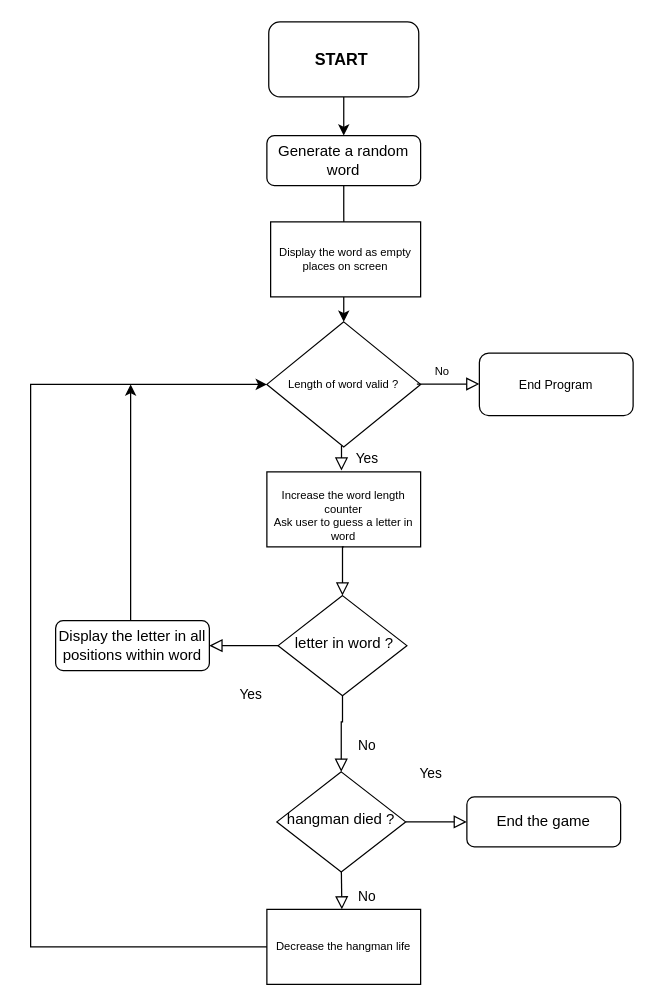
This is hangman/hangman.drawio from sai5ii/flowcharts, a draw.io file, before an edit. Source tidied: cells renumbered, new cells numbered last; positions are measured from the earlier drawing's top-left corner, leaving out a move shared by most shapes. Both pictures are drawn from the tidied source at 125%, with x=0, y=0 at pixel (30, 21).
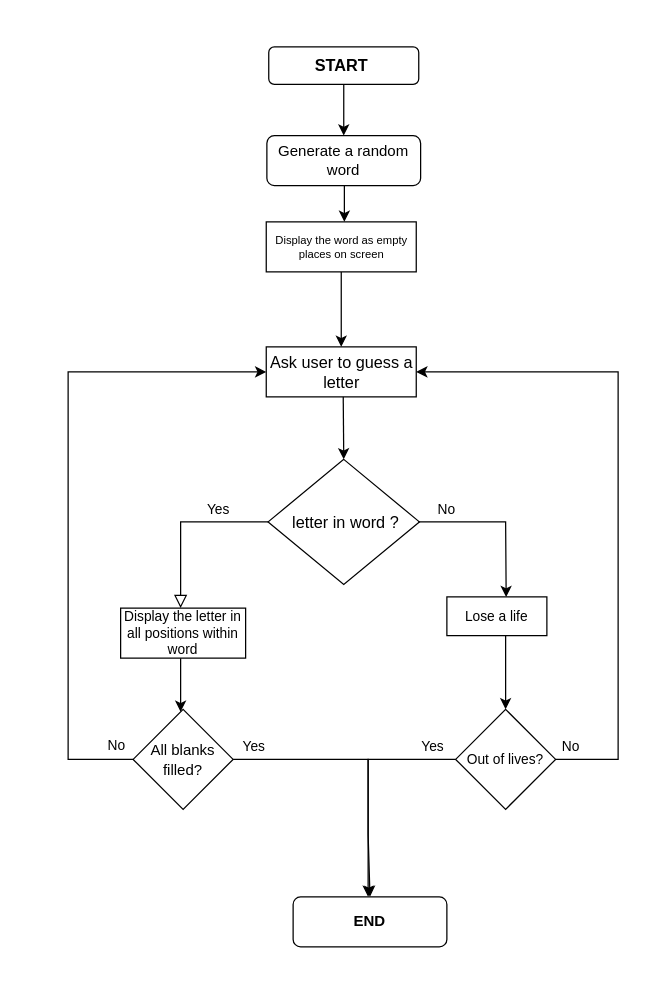
The same diagram, later.

The change refers to these unchanged cells:
```xml
<mxCell id="3" value="Generate a random word" style="rounded=1;whiteSpace=wrap;html=1;fontSize=12;glass=0;strokeWidth=1;shadow=0;" parent="1" vertex="1">
  <mxGeometry x="189" y="91" width="123" height="40" as="geometry" />
</mxCell>
```

Change to the diagram source:
```diff
@@
-    <mxCell id="2" style="edgeStyle=orthogonalEdgeStyle;rounded=0;jettySize=auto;html=1;" parent="1" edge="1" source="3">
-      <mxGeometry relative="1" as="geometry">
-        <mxPoint x="250.6" y="170" as="targetPoint" />
-      </mxGeometry>
-    </mxCell>
@@
-    <mxCell id="4" value="No" style="rounded=0;html=1;jettySize=auto;fontSize=11;endArrow=block;endFill=0;endSize=8;strokeWidth=1;shadow=0;labelBackgroundColor=none;edgeStyle=orthogonalEdgeStyle;entryX=0.5;entryY=0;entryDx=0;entryDy=0;" parent="1" edge="1" source="6" target="18">
-      <mxGeometry x="0.33" y="20" relative="1" as="geometry">
-        <Array as="points">
-          <mxPoint x="250" y="560" />
-          <mxPoint x="249" y="560" />
-        </Array>
-      </mxGeometry>
-    </mxCell>
-    <mxCell id="5" value="Yes" style="edgeStyle=orthogonalEdgeStyle;rounded=0;html=1;jettySize=auto;fontSize=11;endArrow=block;endFill=0;endSize=8;strokeWidth=1;shadow=0;labelBackgroundColor=none;" parent="1" edge="1" source="6" target="7">
-      <mxGeometry x="-0.2" y="39" relative="1" as="geometry" />
-    </mxCell>
-    <mxCell id="6" value="&amp;nbsp;letter in word ?" style="rhombus;whiteSpace=wrap;html=1;shadow=0;fontFamily=Helvetica;fontSize=12;align=center;strokeWidth=1;spacing=6;spacingTop=-4;" parent="1" vertex="1">
-      <mxGeometry x="198" y="459" width="103" height="80" as="geometry" />
-    </mxCell>
-    <mxCell id="7" value="Display the letter in all positions within word" style="rounded=1;whiteSpace=wrap;html=1;fontSize=12;glass=0;strokeWidth=1;shadow=0;" parent="1" vertex="1">
-      <mxGeometry x="20" y="479" width="123" height="40" as="geometry" />
-    </mxCell>
@@
-    <mxCell id="9" style="endArrow=none;html=1;rounded=0;" parent="1" edge="1">
-      <mxGeometry relative="1" as="geometry">
-        <mxPoint x="248.5" y="160" as="sourcePoint" />
-        <mxPoint x="249.1" y="170" as="targetPoint" />
-      </mxGeometry>
-    </mxCell>
-    <mxCell id="10" value="Length of word valid ?" style="rhombus;whiteSpace=wrap;html=1;fontSize=9;" parent="1" vertex="1">
-      <mxGeometry x="189" y="240" width="123" height="100" as="geometry" />
+    <mxCell id="10" value="&lt;font style=&quot;font-size: 13px;&quot;&gt;&amp;nbsp;letter in word ?&lt;/font&gt;" style="rhombus;whiteSpace=wrap;html=1;fontSize=9;" parent="1" vertex="1">
+      <mxGeometry x="190" y="350" width="121" height="100" as="geometry" />
     </mxCell>
-    <mxCell id="11" style="endArrow=classic;html=1;rounded=0;exitX=0.5;exitY=1;exitDx=0;exitDy=0;entryX=0.5;entryY=0;entryDx=0;entryDy=0;" parent="1" edge="1" target="10">
+    <mxCell id="11" style="endArrow=classic;html=1;rounded=0;entryX=0.5;entryY=0;entryDx=0;entryDy=0;" parent="1" edge="1" target="10">
       <mxGeometry relative="1" as="geometry">
-        <mxPoint x="250.5" y="220" as="sourcePoint" />
+        <mxPoint x="250" y="290" as="sourcePoint" />
       </mxGeometry>
     </mxCell>
-    <mxCell id="12" value="End Program" style="rounded=1;whiteSpace=wrap;html=1;fontSize=10;" parent="1" vertex="1">
-      <mxGeometry x="359" y="265" width="123" height="50" as="geometry" />
-    </mxCell>
-    <mxCell id="13" value="No" style="edgeStyle=orthogonalEdgeStyle;rounded=0;html=1;jettySize=auto;orthogonalLoop=1;fontSize=9;endArrow=block;endFill=0;endSize=8;strokeWidth=1;shadow=0;labelBackgroundColor=none;" parent="1" edge="1">
-      <mxGeometry x="-0.2" y="10" relative="1" as="geometry">
-        <mxPoint x="309" y="289.7" as="sourcePoint" />
-        <mxPoint x="359" y="289.7" as="targetPoint" />
-      </mxGeometry>
-    </mxCell>
-    <mxCell id="14" value="Yes" style="rounded=0;html=1;jettySize=auto;orthogonalLoop=1;fontSize=11;endArrow=block;endFill=0;endSize=8;strokeWidth=1;shadow=0;labelBackgroundColor=none;edgeStyle=orthogonalEdgeStyle;" parent="1" edge="1">
-      <mxGeometry y="20" relative="1" as="geometry">
-        <mxPoint x="248.7" y="339" as="sourcePoint" />
-        <mxPoint x="248.7" y="359" as="targetPoint" />
+    <mxCell id="14" value="Yes" style="rounded=0;html=1;jettySize=auto;fontSize=11;endArrow=block;endFill=0;endSize=8;strokeWidth=1;shadow=0;labelBackgroundColor=none;edgeStyle=orthogonalEdgeStyle;exitX=0;exitY=0.5;exitDx=0;exitDy=0;" parent="1" edge="1" source="10" target="7">
+      <mxGeometry x="-0.42" y="-10" relative="1" as="geometry">
+        <Array as="points">
+          <mxPoint x="120" y="400" />
+        </Array>
       </mxGeometry>
     </mxCell>
-    <mxCell id="15" value="&lt;br&gt;Increase the word length counter&lt;br&gt;Ask user to guess a letter in word" style="rounded=0;whiteSpace=wrap;html=1;fontSize=9;" parent="1" vertex="1">
-      <mxGeometry x="189" y="360" width="123" height="60" as="geometry" />
-    </mxCell>
-    <mxCell id="16" style="edgeStyle=orthogonalEdgeStyle;rounded=0;html=1;jettySize=auto;fontSize=11;endArrow=block;endFill=0;endSize=8;strokeWidth=1;shadow=0;labelBackgroundColor=none;exitX=0.5;exitY=1;exitDx=0;exitDy=0;entryX=0.5;entryY=0;entryDx=0;entryDy=0;" parent="1" edge="1" source="15" target="6">
-      <mxGeometry x="-0.2" y="39" relative="1" as="geometry" />
-    </mxCell>
-    <mxCell id="17" value="Yes" style="edgeStyle=orthogonalEdgeStyle;rounded=0;html=1;jettySize=auto;fontSize=11;endArrow=block;endFill=0;endSize=8;strokeWidth=1;shadow=0;labelBackgroundColor=none;" parent="1" edge="1" source="18" target="19">
-      <mxGeometry x="-0.2" y="39" relative="1" as="geometry" />
-    </mxCell>
-    <mxCell id="18" value="hangman died ?" style="rhombus;whiteSpace=wrap;html=1;shadow=0;fontFamily=Helvetica;fontSize=12;align=center;strokeWidth=1;spacing=6;spacingTop=-4;" parent="1" vertex="1">
-      <mxGeometry x="197" y="600" width="103" height="80" as="geometry" />
-    </mxCell>
-    <mxCell id="19" value="End the game" style="rounded=1;whiteSpace=wrap;html=1;fontSize=12;glass=0;strokeWidth=1;shadow=0;" parent="1" vertex="1">
-      <mxGeometry x="349" y="620" width="123" height="40" as="geometry" />
+    <mxCell id="19" value="&lt;b&gt;END&lt;/b&gt;" style="rounded=1;whiteSpace=wrap;html=1;fontSize=12;glass=0;strokeWidth=1;shadow=0;" parent="1" vertex="1">
+      <mxGeometry x="210" y="700" width="123" height="40" as="geometry" />
     </mxCell>
-    <mxCell id="20" value="Decrease the hangman life" style="rounded=0;whiteSpace=wrap;html=1;fontSize=9;" parent="1" vertex="1">
-      <mxGeometry x="189" y="710" width="123" height="60" as="geometry" />
-    </mxCell>
-    <mxCell id="21" value="No" style="rounded=0;html=1;jettySize=auto;orthogonalLoop=1;fontSize=11;endArrow=block;endFill=0;endSize=8;strokeWidth=1;shadow=0;labelBackgroundColor=none;edgeStyle=orthogonalEdgeStyle;" parent="1" edge="1">
-      <mxGeometry x="0.33" y="20" relative="1" as="geometry">
-        <mxPoint x="248.6" y="680" as="sourcePoint" />
-        <mxPoint x="249" y="710" as="targetPoint" />
-      </mxGeometry>
-    </mxCell>
-    <mxCell id="22" style="endArrow=classic;html=1;rounded=0;fontSize=9;entryX=0;entryY=0.5;entryDx=0;entryDy=0;" parent="1" edge="1" source="20" target="10">
-      <mxGeometry relative="1" as="geometry">
-        <Array as="points">
-          <mxPoint y="740" />
-          <mxPoint y="620" />
-          <mxPoint y="520" />
-          <mxPoint y="410" />
-          <mxPoint y="290" />
-        </Array>
-      </mxGeometry>
-    </mxCell>
-    <mxCell id="23" style="endArrow=classic;html=1;rounded=0;fontSize=9;" parent="1" edge="1">
-      <mxGeometry relative="1" as="geometry">
-        <mxPoint x="80" y="479" as="sourcePoint" />
-        <mxPoint x="80" y="290" as="targetPoint" />
-        <Array as="points">
-          <mxPoint x="80" y="300" />
-        </Array>
-      </mxGeometry>
-    </mxCell>
     <mxCell id="24" value="Display the word as empty places on screen" style="rounded=0;whiteSpace=wrap;html=1;fontSize=9;" parent="1" vertex="1">
-      <mxGeometry x="192" y="160" width="120" height="60" as="geometry" />
+      <mxGeometry x="188.5" y="160" width="120" height="40" as="geometry" />
     </mxCell>
     <mxCell id="25" style="rounded=1;whiteSpace=wrap;html=1;fontSize=9;" parent="1" vertex="1">
-      <mxGeometry x="190.5" width="120" height="60" as="geometry" />
+      <mxGeometry x="190.5" y="20" width="120" height="30" as="geometry" />
     </mxCell>
     <mxCell id="26" value="&lt;b style=&quot;font-size: 13px;&quot;&gt;START&lt;/b&gt;" style="text;strokeColor=none;align=center;fillColor=none;html=1;verticalAlign=middle;whiteSpace=wrap;rounded=0;fontSize=13;" parent="1" vertex="1">
-      <mxGeometry x="218.5" y="15" width="60" height="30" as="geometry" />
+      <mxGeometry x="218.5" y="20" width="60" height="30" as="geometry" />
     </mxCell>
@@
+    <mxCell id="28" value="Ask user to guess a letter" style="rounded=0;whiteSpace=wrap;html=1;fontSize=13;" parent="1" vertex="1">
+      <mxGeometry x="188.5" y="260" width="120" height="40" as="geometry" />
+    </mxCell>
+    <mxCell id="29" style="endArrow=classic;html=1;rounded=0;fontSize=9;startArrow=none;entryX=0.593;entryY=0.006;entryDx=0;entryDy=0;entryPerimeter=0;" parent="1" edge="1" target="35">
+      <mxGeometry relative="1" as="geometry">
+        <mxPoint x="380" y="400" as="sourcePoint" />
+        <Array as="points">
+          <mxPoint x="310" y="400" />
+          <mxPoint x="380" y="400" />
+        </Array>
+      </mxGeometry>
+    </mxCell>
+    <mxCell id="30" style="edgeStyle=orthogonalEdgeStyle;rounded=0;jettySize=auto;html=1;fontSize=13;" parent="1" edge="1" source="7" target="34">
+      <mxGeometry relative="1" as="geometry">
+        <Array as="points">
+          <mxPoint x="120" y="530" />
+          <mxPoint x="120" y="530" />
+        </Array>
+      </mxGeometry>
+    </mxCell>
+    <mxCell id="7" value="Display the letter in all positions within word" style="rounded=0;whiteSpace=wrap;html=1;fontSize=11;" parent="1" vertex="1">
+      <mxGeometry x="72" y="469" width="100" height="40" as="geometry" />
+    </mxCell>
+    <mxCell id="31" value="Out of lives?" style="rhombus;whiteSpace=wrap;html=1;fontSize=11;" parent="1" vertex="1">
+      <mxGeometry x="340" y="550" width="80" height="80" as="geometry" />
+    </mxCell>
+    <mxCell id="32" style="endArrow=classic;html=1;rounded=0;fontSize=11;entryX=1;entryY=0.5;entryDx=0;entryDy=0;exitX=1;exitY=0.5;exitDx=0;exitDy=0;" parent="1" edge="1" source="31" target="28">
+      <mxGeometry relative="1" as="geometry">
+        <Array as="points">
+          <mxPoint x="470" y="590" />
+          <mxPoint x="470" y="280" />
+        </Array>
+      </mxGeometry>
+    </mxCell>
+    <mxCell id="33" value="&lt;font style=&quot;font-size: 11px;&quot;&gt;No&lt;/font&gt;" style="edgeLabel;html=1;align=center;verticalAlign=middle;fontSize=9;" parent="1" vertex="1">
+      <mxGeometry x="358.8" y="398" as="geometry">
+        <mxPoint x="73" y="181" as="offset" />
+      </mxGeometry>
+    </mxCell>
+    <mxCell id="34" value="&lt;font style=&quot;font-size: 12px;&quot;&gt;All blanks filled?&lt;br&gt;&lt;/font&gt;" style="rhombus;whiteSpace=wrap;html=1;fontSize=13;" parent="1" vertex="1">
+      <mxGeometry x="82" y="550" width="80" height="80" as="geometry" />
+    </mxCell>
+    <mxCell id="35" value="Lose a life" style="rounded=0;whiteSpace=wrap;html=1;fontSize=11;" parent="1" vertex="1">
+      <mxGeometry x="333" y="460" width="80" height="31" as="geometry" />
+    </mxCell>
+    <mxCell id="36" value="&lt;font style=&quot;font-size: 11px;&quot;&gt;No&lt;/font&gt;" style="text;whiteSpace=wrap;html=1;fontSize=13;" parent="1" vertex="1">
+      <mxGeometry x="324" y="375" width="50" height="40" as="geometry" />
+    </mxCell>
+    <mxCell id="37" style="endArrow=classic;html=1;rounded=0;fontSize=13;" parent="1" edge="1">
+      <mxGeometry relative="1" as="geometry">
+        <mxPoint x="251" y="131" as="sourcePoint" />
+        <mxPoint x="251" y="160" as="targetPoint" />
+      </mxGeometry>
+    </mxCell>
+    <mxCell id="38" style="endArrow=classic;html=1;rounded=0;fontSize=13;entryX=0.5;entryY=0;entryDx=0;entryDy=0;exitX=0.5;exitY=1;exitDx=0;exitDy=0;" parent="1" edge="1" source="24" target="28">
+      <mxGeometry relative="1" as="geometry" />
+    </mxCell>
+    <mxCell id="39" style="endArrow=classic;html=1;rounded=0;fontSize=12;exitX=1;exitY=0.5;exitDx=0;exitDy=0;entryX=0.5;entryY=0;entryDx=0;entryDy=0;" parent="1" edge="1" source="34" target="19">
+      <mxGeometry relative="1" as="geometry">
+        <Array as="points">
+          <mxPoint x="270" y="590" />
+          <mxPoint x="270" y="650" />
+        </Array>
+      </mxGeometry>
+    </mxCell>
+    <mxCell id="40" value="&lt;font style=&quot;font-size: 11px;&quot;&gt;Yes&lt;/font&gt;" style="text;whiteSpace=wrap;html=1;fontSize=12;" parent="1" vertex="1">
+      <mxGeometry x="168" y="566" width="50" height="40" as="geometry" />
+    </mxCell>
+    <mxCell id="41" style="endArrow=classic;html=1;rounded=0;fontSize=11;exitX=0;exitY=0.5;exitDx=0;exitDy=0;entryX=0;entryY=0.5;entryDx=0;entryDy=0;" parent="1" edge="1" source="34" target="28">
+      <mxGeometry relative="1" as="geometry">
+        <Array as="points">
+          <mxPoint x="30" y="590" />
+          <mxPoint x="30" y="280" />
+        </Array>
+      </mxGeometry>
+    </mxCell>
+    <mxCell id="42" value="&lt;font style=&quot;font-size: 11px;&quot;&gt;No&lt;/font&gt;" style="text;whiteSpace=wrap;html=1;fontSize=11;" parent="1" vertex="1">
+      <mxGeometry x="60" y="566" width="50" height="40" as="geometry" />
+    </mxCell>
+    <mxCell id="43" style="endArrow=classic;html=1;rounded=0;fontSize=11;" parent="1" edge="1" target="31">
+      <mxGeometry relative="1" as="geometry">
+        <mxPoint x="380" y="491" as="sourcePoint" />
+      </mxGeometry>
+    </mxCell>
+    <mxCell id="44" style="endArrow=classic;html=1;rounded=0;fontSize=11;exitX=0;exitY=0.5;exitDx=0;exitDy=0;" parent="1" edge="1" source="31">
+      <mxGeometry relative="1" as="geometry">
+        <mxPoint x="270" y="700" as="targetPoint" />
+        <Array as="points">
+          <mxPoint x="270" y="590" />
+          <mxPoint x="270" y="650" />
+        </Array>
+      </mxGeometry>
+    </mxCell>
+    <mxCell id="45" value="&lt;font style=&quot;font-size: 11px;&quot;&gt;Yes&lt;/font&gt;" style="text;whiteSpace=wrap;html=1;fontSize=12;" parent="1" vertex="1">
+      <mxGeometry x="310.5" y="566" width="50" height="40" as="geometry" />
+    </mxCell>
```
